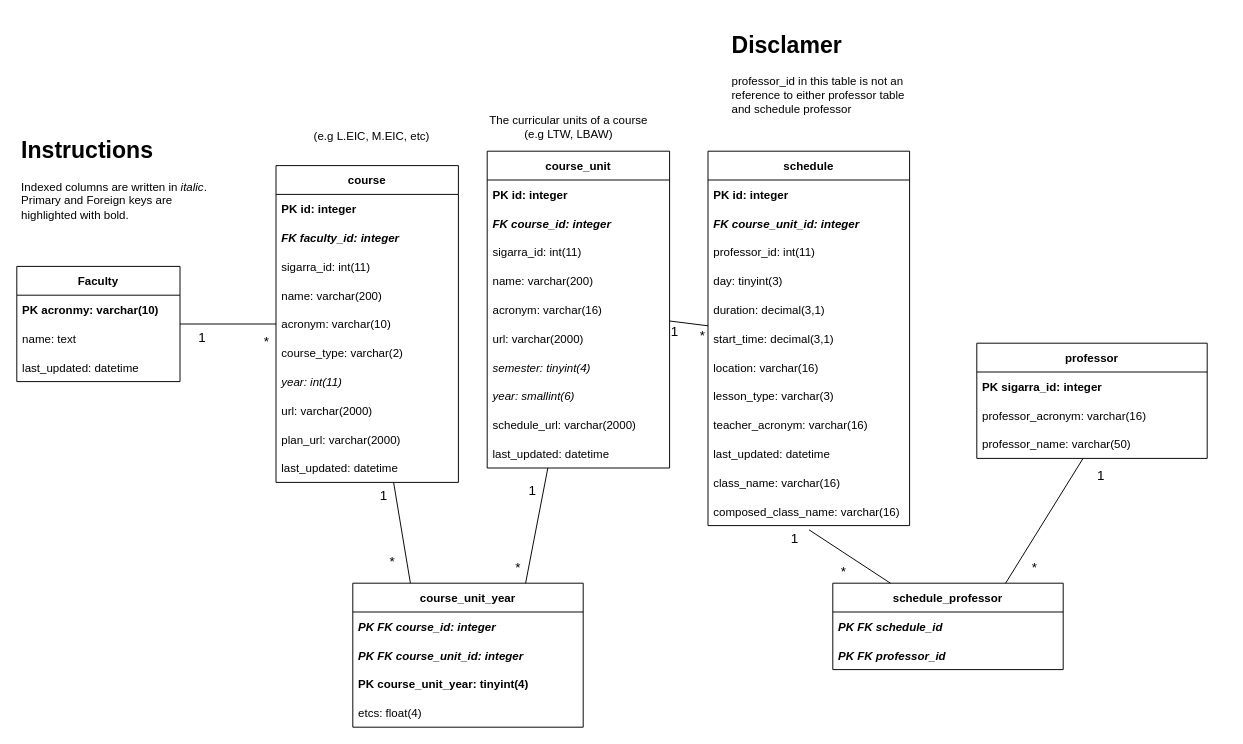
Earlier version of the draw.io diagram docs/schema.drawio (NIAEFEUP/uporto-schedule-scrapper). Source tidied: cells renumbered, new cells numbered last; positions are measured from the earlier drawing's top-left corner, leaving out a move shared by most shapes. Both pictures are drawn from the tidied source at 96%, with x=0, y=0 at pixel (16, 26).
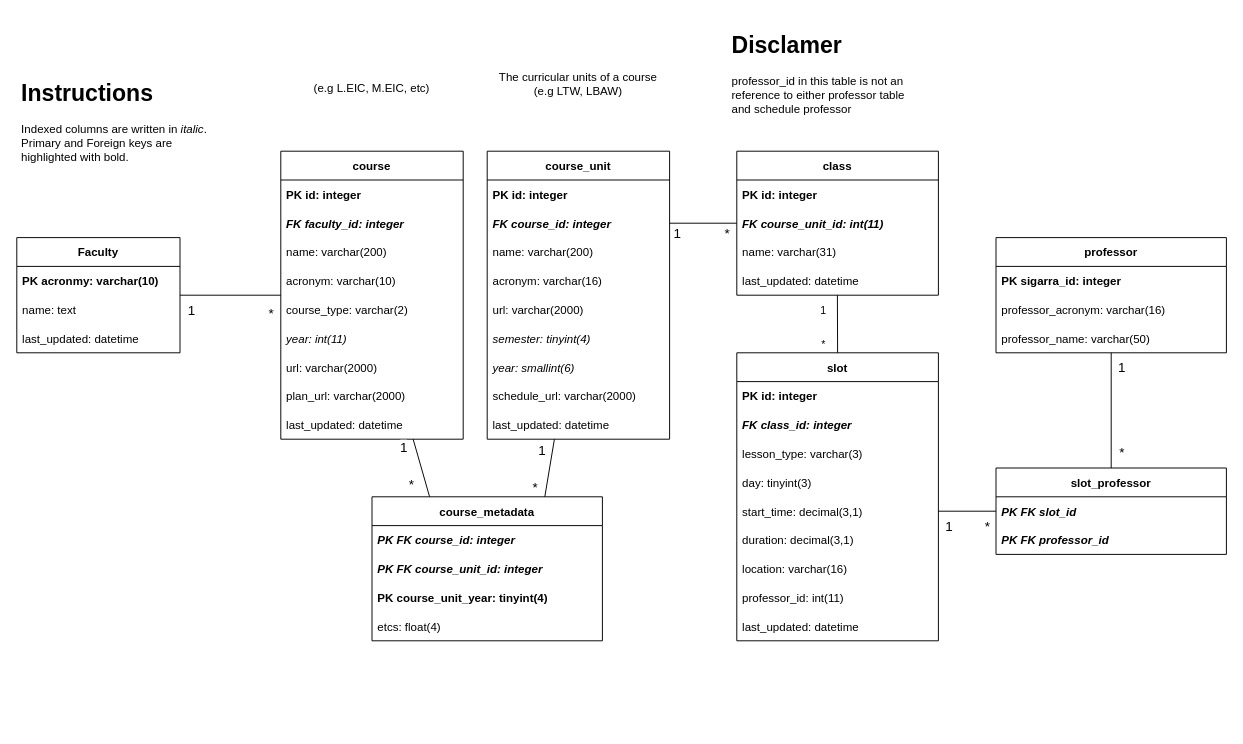
Above is the later version.

Commit message (it also covers changes not shown here):
Updated database schema image

The change refers to these unchanged cells:
```xml
<mxCell id="4" value="FK course_id: integer" style="text;strokeColor=none;fillColor=none;align=left;verticalAlign=middle;spacingLeft=4;spacingRight=4;overflow=hidden;points=[[0,0.5],[1,0.5]];portConstraint=eastwest;fontStyle=3;" parent="2" vertex="1">
  <mxGeometry y="60" width="190" height="30" as="geometry" />
</mxCell>
<mxCell id="43" style="edgeStyle=none;html=1;endArrow=none;endFill=0;" parent="1" edge="1" source="45" target="31">
  <mxGeometry relative="1" as="geometry" />
</mxCell>
<mxCell id="58" style="endArrow=none;html=1;rounded=0;exitX=0.75;exitY=0;exitDx=0;exitDy=0;" parent="1" edge="1" source="50" target="2">
  <mxGeometry relative="1" as="geometry" />
</mxCell>
<mxCell id="64" value="professor_name: varchar(50)" style="text;strokeColor=none;fillColor=none;align=left;verticalAlign=middle;spacingLeft=4;spacingRight=4;overflow=hidden;points=[[0,0.5],[1,0.5]];portConstraint=eastwest;fontStyle=0;" parent="61" vertex="1">
  <mxGeometry y="90" width="240" height="30" as="geometry" />
</mxCell>
```

Diff of the diagram source:
```diff
@@
     <mxCell id="2" value="course_unit" style="swimlane;fontStyle=1;horizontal=1;startSize=30;" parent="1" vertex="1">
-      <mxGeometry x="490" y="130" width="190" height="330" as="geometry" />
+      <mxGeometry x="490" y="130" width="190" height="300" as="geometry" />
     </mxCell>
@@
-    <mxCell id="5" value="sigarra_id: int(11)" style="text;strokeColor=none;fillColor=none;align=left;verticalAlign=middle;spacingLeft=4;spacingRight=4;overflow=hidden;fontStyle=0;" parent="2" vertex="1">
-      <mxGeometry y="90" width="190" height="30" as="geometry" />
-    </mxCell>
     <mxCell id="6" value="name: varchar(200)" style="text;strokeColor=none;fillColor=none;align=left;verticalAlign=middle;spacingLeft=4;spacingRight=4;overflow=hidden;" parent="2" vertex="1">
-      <mxGeometry y="120" width="190" height="30" as="geometry" />
+      <mxGeometry y="90" width="190" height="30" as="geometry" />
     </mxCell>
     <mxCell id="7" value="acronym: varchar(16)" style="text;strokeColor=none;fillColor=none;align=left;verticalAlign=middle;spacingLeft=4;spacingRight=4;overflow=hidden;" parent="2" vertex="1">
-      <mxGeometry y="150" width="190" height="30" as="geometry" />
+      <mxGeometry y="120" width="190" height="30" as="geometry" />
     </mxCell>
     <mxCell id="8" value="url: varchar(2000)" style="text;strokeColor=none;fillColor=none;align=left;verticalAlign=middle;spacingLeft=4;spacingRight=4;overflow=hidden;" parent="2" vertex="1">
-      <mxGeometry y="180" width="190" height="30" as="geometry" />
+      <mxGeometry y="150" width="190" height="30" as="geometry" />
     </mxCell>
     <mxCell id="9" value="semester: tinyint(4)" style="text;strokeColor=none;fillColor=none;align=left;verticalAlign=middle;spacingLeft=4;spacingRight=4;overflow=hidden;fontStyle=2;" parent="2" vertex="1">
-      <mxGeometry y="210" width="190" height="30" as="geometry" />
+      <mxGeometry y="180" width="190" height="30" as="geometry" />
     </mxCell>
     <mxCell id="10" value="year: smallint(6)" style="text;strokeColor=none;fillColor=none;align=left;verticalAlign=middle;spacingLeft=4;spacingRight=4;overflow=hidden;fontStyle=2;" parent="2" vertex="1">
-      <mxGeometry y="240" width="190" height="30" as="geometry" />
+      <mxGeometry y="210" width="190" height="30" as="geometry" />
     </mxCell>
     <mxCell id="11" value="schedule_url: varchar(2000)" style="text;strokeColor=none;fillColor=none;align=left;verticalAlign=middle;spacingLeft=4;spacingRight=4;overflow=hidden;" parent="2" vertex="1">
-      <mxGeometry y="270" width="190" height="30" as="geometry" />
+      <mxGeometry y="240" width="190" height="30" as="geometry" />
     </mxCell>
     <mxCell id="12" value="last_updated: datetime" style="text;strokeColor=none;fillColor=none;align=left;verticalAlign=middle;spacingLeft=4;spacingRight=4;overflow=hidden;" parent="2" vertex="1">
-      <mxGeometry y="300" width="190" height="30" as="geometry" />
+      <mxGeometry y="270" width="190" height="30" as="geometry" />
     </mxCell>
     <mxCell id="13" value="The curricular units of a course (e.g LTW, LBAW)" style="text;html=1;strokeColor=none;fillColor=none;align=center;verticalAlign=middle;whiteSpace=wrap;rounded=0;" parent="1" vertex="1">
-      <mxGeometry x="490" y="90" width="170" height="30" as="geometry" />
+      <mxGeometry x="500" y="45" width="170" height="30" as="geometry" />
     </mxCell>
     <mxCell id="14" value="&lt;h1&gt;Instructions&lt;/h1&gt;&lt;p&gt;Indexed columns are written in &lt;i&gt;italic&lt;/i&gt;. Primary and Foreign keys are highlighted with bold.&amp;nbsp;&lt;span&gt;&amp;nbsp;&lt;/span&gt;&lt;/p&gt;" style="text;html=1;strokeColor=none;fillColor=none;spacing=5;spacingTop=-20;whiteSpace=wrap;overflow=hidden;rounded=0;" parent="1" vertex="1">
-      <mxGeometry y="110" width="210" height="110" as="geometry" />
+      <mxGeometry y="50" width="210" height="110" as="geometry" />
     </mxCell>
-    <mxCell id="15" style="edgeStyle=none;html=1;endArrow=none;endFill=0;" parent="1" edge="1" source="18" target="2">
+    <mxCell id="15" style="edgeStyle=none;html=1;endArrow=none;endFill=0;entryX=1;entryY=0.5;entryDx=0;entryDy=0;" parent="1" edge="1" source="18" target="4">
       <mxGeometry relative="1" as="geometry" />
     </mxCell>
@@
-    <mxCell id="18" value="schedule" style="swimlane;fontStyle=1;horizontal=1;startSize=30;" parent="1" vertex="1">
-      <mxGeometry x="720" y="130" width="210" height="390" as="geometry" />
+    <mxCell id="18" value="class" style="swimlane;fontStyle=1;horizontal=1;startSize=30;" parent="1" vertex="1">
+      <mxGeometry x="750" y="130" width="210" height="150" as="geometry" />
     </mxCell>
@@
-    <mxCell id="20" value="FK course_unit_id: integer" style="text;strokeColor=none;fillColor=none;align=left;verticalAlign=middle;spacingLeft=4;spacingRight=4;overflow=hidden;fontStyle=3;" parent="18" vertex="1">
-      <mxGeometry y="60" width="210" height="30" as="geometry" />
-    </mxCell>
+    <mxCell id="23" value="FK course_unit_id: int(11)" style="text;strokeColor=none;fillColor=none;align=left;verticalAlign=middle;spacingLeft=4;spacingRight=4;overflow=hidden;fontStyle=3;" parent="18" vertex="1">
+      <mxGeometry y="60" width="210" height="30" as="geometry" />
+    </mxCell>
-    <mxCell id="21" value="professor_id: int(11)" style="text;strokeColor=none;fillColor=none;align=left;verticalAlign=middle;spacingLeft=4;spacingRight=4;overflow=hidden;fontStyle=0;" parent="18" vertex="1">
+    <mxCell id="21" value="name: varchar(31)" style="text;strokeColor=none;fillColor=none;align=left;verticalAlign=middle;spacingLeft=4;spacingRight=4;overflow=hidden;fontStyle=0;" parent="18" vertex="1">
       <mxGeometry y="90" width="210" height="30" as="geometry" />
     </mxCell>
-    <mxCell id="22" value="day: tinyint(3)" style="text;strokeColor=none;fillColor=none;align=left;verticalAlign=middle;spacingLeft=4;spacingRight=4;overflow=hidden;" parent="18" vertex="1">
-      <mxGeometry y="120" width="210" height="30" as="geometry" />
-    </mxCell>
-    <mxCell id="23" value="duration: decimal(3,1)" style="text;strokeColor=none;fillColor=none;align=left;verticalAlign=middle;spacingLeft=4;spacingRight=4;overflow=hidden;" parent="18" vertex="1">
-      <mxGeometry y="150" width="210" height="30" as="geometry" />
-    </mxCell>
-    <mxCell id="24" value="start_time: decimal(3,1)" style="text;strokeColor=none;fillColor=none;align=left;verticalAlign=middle;spacingLeft=4;spacingRight=4;overflow=hidden;points=[[0,0.5],[1,0.5]];portConstraint=eastwest;" parent="18" vertex="1">
-      <mxGeometry y="180" width="210" height="30" as="geometry" />
-    </mxCell>
-    <mxCell id="25" value="location: varchar(16)" style="text;strokeColor=none;fillColor=none;align=left;verticalAlign=middle;spacingLeft=4;spacingRight=4;overflow=hidden;" parent="18" vertex="1">
-      <mxGeometry y="210" width="210" height="30" as="geometry" />
-    </mxCell>
-    <mxCell id="26" value="lesson_type: varchar(3)" style="text;strokeColor=none;fillColor=none;align=left;verticalAlign=middle;spacingLeft=4;spacingRight=4;overflow=hidden;" parent="18" vertex="1">
-      <mxGeometry y="240" width="210" height="30" as="geometry" />
-    </mxCell>
-    <mxCell id="27" value="teacher_acronym: varchar(16)" style="text;strokeColor=none;fillColor=none;align=left;verticalAlign=middle;spacingLeft=4;spacingRight=4;overflow=hidden;" parent="18" vertex="1">
-      <mxGeometry y="270" width="210" height="30" as="geometry" />
-    </mxCell>
     <mxCell id="28" value="last_updated: datetime" style="text;strokeColor=none;fillColor=none;align=left;verticalAlign=middle;spacingLeft=4;spacingRight=4;overflow=hidden;points=[[0,0.5],[1,0.5]];portConstraint=eastwest;" parent="18" vertex="1">
-      <mxGeometry y="300" width="210" height="30" as="geometry" />
+      <mxGeometry y="120" width="210" height="30" as="geometry" />
     </mxCell>
-    <mxCell id="29" value="class_name: varchar(16)" style="text;strokeColor=none;fillColor=none;align=left;verticalAlign=middle;spacingLeft=4;spacingRight=4;overflow=hidden;" parent="18" vertex="1">
-      <mxGeometry y="330" width="210" height="30" as="geometry" />
-    </mxCell>
-    <mxCell id="30" value="composed_class_name: varchar(16)" style="text;strokeColor=none;fillColor=none;align=left;verticalAlign=middle;spacingLeft=4;spacingRight=4;overflow=hidden;points=[[0,0.5],[1,0.5]];portConstraint=eastwest;" parent="18" vertex="1">
-      <mxGeometry y="360" width="210" height="30" as="geometry" />
-    </mxCell>
     <mxCell id="31" value="course" style="swimlane;fontStyle=1;horizontal=1;startSize=30;" parent="1" vertex="1">
-      <mxGeometry x="270" y="145" width="190" height="330" as="geometry" />
+      <mxGeometry x="275" y="130" width="190" height="300" as="geometry" />
     </mxCell>
@@
-    <mxCell id="34" value="sigarra_id: int(11)" style="text;strokeColor=none;fillColor=none;align=left;verticalAlign=middle;spacingLeft=4;spacingRight=4;overflow=hidden;fontStyle=0;" parent="31" vertex="1">
-      <mxGeometry y="90" width="190" height="30" as="geometry" />
-    </mxCell>
     <mxCell id="35" value="name: varchar(200)" style="text;strokeColor=none;fillColor=none;align=left;verticalAlign=middle;spacingLeft=4;spacingRight=4;overflow=hidden;fontStyle=0;" parent="31" vertex="1">
-      <mxGeometry y="120" width="190" height="30" as="geometry" />
+      <mxGeometry y="90" width="190" height="30" as="geometry" />
     </mxCell>
     <mxCell id="36" value="acronym: varchar(10)" style="text;strokeColor=none;fillColor=none;align=left;verticalAlign=middle;spacingLeft=4;spacingRight=4;overflow=hidden;fontStyle=0;" parent="31" vertex="1">
-      <mxGeometry y="150" width="190" height="30" as="geometry" />
+      <mxGeometry y="120" width="190" height="30" as="geometry" />
     </mxCell>
     <mxCell id="37" value="course_type: varchar(2)" style="text;strokeColor=none;fillColor=none;align=left;verticalAlign=middle;spacingLeft=4;spacingRight=4;overflow=hidden;fontStyle=0;" parent="31" vertex="1">
-      <mxGeometry y="180" width="190" height="30" as="geometry" />
+      <mxGeometry y="150" width="190" height="30" as="geometry" />
     </mxCell>
     <mxCell id="38" value="year: int(11)" style="text;strokeColor=none;fillColor=none;align=left;verticalAlign=middle;spacingLeft=4;spacingRight=4;overflow=hidden;fontStyle=2;" parent="31" vertex="1">
-      <mxGeometry y="210" width="190" height="30" as="geometry" />
+      <mxGeometry y="180" width="190" height="30" as="geometry" />
     </mxCell>
     <mxCell id="39" value="url: varchar(2000)" style="text;strokeColor=none;fillColor=none;align=left;verticalAlign=middle;spacingLeft=4;spacingRight=4;overflow=hidden;fontStyle=0;" parent="31" vertex="1">
-      <mxGeometry y="240" width="190" height="30" as="geometry" />
+      <mxGeometry y="210" width="190" height="30" as="geometry" />
     </mxCell>
     <mxCell id="40" value="plan_url: varchar(2000)" style="text;strokeColor=none;fillColor=none;align=left;verticalAlign=middle;spacingLeft=4;spacingRight=4;overflow=hidden;fontStyle=0;" parent="31" vertex="1">
-      <mxGeometry y="270" width="190" height="30" as="geometry" />
+      <mxGeometry y="240" width="190" height="30" as="geometry" />
     </mxCell>
     <mxCell id="41" value="last_updated: datetime" style="text;strokeColor=none;fillColor=none;align=left;verticalAlign=middle;spacingLeft=4;spacingRight=4;overflow=hidden;fontStyle=0;" parent="31" vertex="1">
-      <mxGeometry y="300" width="190" height="30" as="geometry" />
+      <mxGeometry y="270" width="190" height="30" as="geometry" />
     </mxCell>
     <mxCell id="42" value="(e.g L.EIC, M.EIC, etc)" style="text;html=1;strokeColor=none;fillColor=none;align=center;verticalAlign=middle;whiteSpace=wrap;rounded=0;" parent="1" vertex="1">
-      <mxGeometry x="285" y="100" width="170" height="30" as="geometry" />
+      <mxGeometry x="285" y="50" width="170" height="30" as="geometry" />
     </mxCell>
@@
     <mxCell id="44" value="1" style="edgeLabel;html=1;align=center;verticalAlign=middle;fontSize=14;" parent="43" vertex="1">
       <mxGeometry x="-0.4" y="-5" relative="1" as="geometry">
-        <mxPoint x="-8" y="8" as="offset" />
+        <mxPoint x="-21" y="10" as="offset" />
       </mxGeometry>
     </mxCell>
     <mxCell id="45" value="Faculty" style="swimlane;fontStyle=1;horizontal=1;startSize=30;" parent="1" vertex="1">
-      <mxGeometry y="250" width="170" height="120" as="geometry" />
+      <mxGeometry y="220" width="170" height="120" as="geometry" />
     </mxCell>
@@
     <mxCell id="49" value="*" style="edgeLabel;html=1;align=center;verticalAlign=middle;fontSize=14;" parent="1" vertex="1">
-      <mxGeometry x="262" y="324" as="geometry">
-        <mxPoint x="-3" y="3" as="offset" />
+      <mxGeometry x="310" y="300" as="geometry">
+        <mxPoint x="-46" y="-2" as="offset" />
       </mxGeometry>
     </mxCell>
-    <mxCell id="50" value="course_unit_year" style="swimlane;fontStyle=1;horizontal=1;startSize=30;" parent="1" vertex="1">
-      <mxGeometry x="350" y="580" width="240" height="150" as="geometry" />
+    <mxCell id="50" value="course_metadata" style="swimlane;fontStyle=1;horizontal=1;startSize=30;" parent="1" vertex="1">
+      <mxGeometry x="370" y="490" width="240" height="150" as="geometry" />
     </mxCell>
@@
     <mxCell id="60" value="*" style="edgeLabel;html=1;align=center;verticalAlign=middle;fontSize=14;" parent="58" vertex="1">
       <mxGeometry x="-0.61" y="3" relative="1" as="geometry">
-        <mxPoint x="-10" y="8" as="offset" />
+        <mxPoint x="-10" y="2" as="offset" />
       </mxGeometry>
     </mxCell>
     <mxCell id="61" value="professor" style="swimlane;fontStyle=1;horizontal=1;startSize=30;" parent="1" vertex="1">
-      <mxGeometry x="1000" y="330" width="240" height="120" as="geometry" />
+      <mxGeometry x="1020" y="220" width="240" height="120" as="geometry" />
     </mxCell>
@@
-    <mxCell id="65" value="schedule_professor" style="swimlane;fontStyle=1;horizontal=1;startSize=30;" parent="1" vertex="1">
-      <mxGeometry x="850" y="580" width="240" height="90" as="geometry" />
+    <mxCell id="65" value="slot_professor" style="swimlane;fontStyle=1;horizontal=1;startSize=30;" parent="1" vertex="1">
+      <mxGeometry x="1020" y="460" width="240" height="90" as="geometry" />
     </mxCell>
-    <mxCell id="66" value="PK FK schedule_id" style="text;strokeColor=none;fillColor=none;align=left;verticalAlign=middle;spacingLeft=4;spacingRight=4;overflow=hidden;points=[[0,0.5],[1,0.5]];portConstraint=eastwest;fontStyle=3;" parent="65" vertex="1">
+    <mxCell id="66" value="PK FK slot_id" style="text;strokeColor=none;fillColor=none;align=left;verticalAlign=middle;spacingLeft=4;spacingRight=4;overflow=hidden;points=[[0,0.5],[1,0.5]];portConstraint=eastwest;fontStyle=3;" parent="65" vertex="1">
       <mxGeometry y="30" width="240" height="30" as="geometry" />
     </mxCell>
@@
-    <mxCell id="68" style="endArrow=none;html=1;entryX=0.501;entryY=1.146;entryDx=0;entryDy=0;entryPerimeter=0;exitX=0.25;exitY=0;exitDx=0;exitDy=0;" parent="1" edge="1" source="65" target="30">
+    <mxCell id="68" style="endArrow=none;html=1;exitX=0;exitY=0.5;exitDx=0;exitDy=0;entryX=1;entryY=0.5;entryDx=0;entryDy=0;" parent="1" edge="1" source="66" target="24">
       <mxGeometry relative="1" as="geometry" />
     </mxCell>
     <mxCell id="69" value="&lt;span style=&quot;font-size: 14px;&quot;&gt;*&lt;/span&gt;" style="edgeLabel;html=1;align=center;verticalAlign=middle;" parent="68" vertex="1">
       <mxGeometry x="-0.57" y="-1" relative="1" as="geometry">
-        <mxPoint x="-32" as="offset" />
+        <mxPoint x="3" y="16" as="offset" />
       </mxGeometry>
     </mxCell>
     <mxCell id="70" value="&lt;font style=&quot;font-size: 14px;&quot;&gt;1&lt;/font&gt;" style="edgeLabel;html=1;align=center;verticalAlign=middle;" parent="68" vertex="1">
       <mxGeometry x="0.65" relative="1" as="geometry">
-        <mxPoint x="-30" as="offset" />
+        <mxPoint y="15" as="offset" />
       </mxGeometry>
     </mxCell>
-    <mxCell id="71" style="endArrow=none;html=1;exitX=0.75;exitY=0;exitDx=0;exitDy=0;" parent="1" edge="1" source="65" target="64">
+    <mxCell id="71" style="endArrow=none;html=1;exitX=0.5;exitY=0;exitDx=0;exitDy=0;" parent="1" edge="1" source="65" target="64">
       <mxGeometry relative="1" as="geometry" />
     </mxCell>
     <mxCell id="72" value="&lt;span style=&quot;font-size: 14px;&quot;&gt;*&lt;/span&gt;" style="edgeLabel;html=1;align=center;verticalAlign=middle;" parent="71" vertex="1">
       <mxGeometry x="-0.79" y="-3" relative="1" as="geometry">
-        <mxPoint x="19" y="-4" as="offset" />
+        <mxPoint x="7" y="-4" as="offset" />
       </mxGeometry>
     </mxCell>
     <mxCell id="73" value="&lt;font style=&quot;font-size: 14px;&quot;&gt;1&lt;/font&gt;" style="edgeLabel;html=1;align=center;verticalAlign=middle;" parent="71" vertex="1">
       <mxGeometry x="0.83" y="-4" relative="1" as="geometry">
-        <mxPoint x="21" y="4" as="offset" />
+        <mxPoint x="6" y="4" as="offset" />
       </mxGeometry>
     </mxCell>
@@
+    <mxCell id="76" value="slot" style="swimlane;fontStyle=1;horizontal=1;startSize=30;" parent="1" vertex="1">
+      <mxGeometry x="750" y="340" width="210" height="300" as="geometry" />
+    </mxCell>
+    <mxCell id="77" value="PK id: integer" style="text;strokeColor=none;fillColor=none;align=left;verticalAlign=middle;spacingLeft=4;spacingRight=4;overflow=hidden;fontStyle=1;" parent="76" vertex="1">
+      <mxGeometry y="30" width="210" height="30" as="geometry" />
+    </mxCell>
+    <mxCell id="78" value="FK class_id: integer" style="text;strokeColor=none;fillColor=none;align=left;verticalAlign=middle;spacingLeft=4;spacingRight=4;overflow=hidden;fontStyle=3;" parent="76" vertex="1">
+      <mxGeometry y="60" width="210" height="30" as="geometry" />
+    </mxCell>
+    <mxCell id="26" value="lesson_type: varchar(3)" style="text;strokeColor=none;fillColor=none;align=left;verticalAlign=middle;spacingLeft=4;spacingRight=4;overflow=hidden;" parent="76" vertex="1">
+      <mxGeometry y="90" width="210" height="30" as="geometry" />
+    </mxCell>
+    <mxCell id="22" value="day: tinyint(3)" style="text;strokeColor=none;fillColor=none;align=left;verticalAlign=middle;spacingLeft=4;spacingRight=4;overflow=hidden;" parent="76" vertex="1">
+      <mxGeometry y="120" width="210" height="30" as="geometry" />
+    </mxCell>
+    <mxCell id="24" value="start_time: decimal(3,1)" style="text;strokeColor=none;fillColor=none;align=left;verticalAlign=middle;spacingLeft=4;spacingRight=4;overflow=hidden;points=[[0,0.5],[1,0.5]];portConstraint=eastwest;" parent="76" vertex="1">
+      <mxGeometry y="150" width="210" height="30" as="geometry" />
+    </mxCell>
+    <mxCell id="79" value="duration: decimal(3,1)" style="text;strokeColor=none;fillColor=none;align=left;verticalAlign=middle;spacingLeft=4;spacingRight=4;overflow=hidden;" parent="76" vertex="1">
+      <mxGeometry y="180" width="210" height="30" as="geometry" />
+    </mxCell>
+    <mxCell id="25" value="location: varchar(16)" style="text;strokeColor=none;fillColor=none;align=left;verticalAlign=middle;spacingLeft=4;spacingRight=4;overflow=hidden;" parent="76" vertex="1">
+      <mxGeometry y="210" width="210" height="30" as="geometry" />
+    </mxCell>
+    <mxCell id="80" value="professor_id: int(11)" style="text;strokeColor=none;fillColor=none;align=left;verticalAlign=middle;spacingLeft=4;spacingRight=4;overflow=hidden;fontStyle=0;" parent="76" vertex="1">
+      <mxGeometry y="240" width="210" height="30" as="geometry" />
+    </mxCell>
+    <mxCell id="81" value="last_updated: datetime" style="text;strokeColor=none;fillColor=none;align=left;verticalAlign=middle;spacingLeft=4;spacingRight=4;overflow=hidden;" parent="76" vertex="1">
+      <mxGeometry y="270" width="210" height="30" as="geometry" />
+    </mxCell>
+    <mxCell id="82" style="endArrow=none;html=1;rounded=0;entryX=0.499;entryY=1.001;entryDx=0;entryDy=0;entryPerimeter=0;exitX=0.5;exitY=0;exitDx=0;exitDy=0;" parent="1" edge="1" source="76" target="28">
+      <mxGeometry relative="1" as="geometry" />
+    </mxCell>
+    <mxCell id="83" value="1" style="edgeLabel;html=1;align=center;verticalAlign=middle;" parent="82" vertex="1">
+      <mxGeometry x="0.61" y="2" relative="1" as="geometry">
+        <mxPoint x="-13" y="3" as="offset" />
+      </mxGeometry>
+    </mxCell>
+    <mxCell id="84" value="*" style="edgeLabel;html=1;align=center;verticalAlign=middle;" parent="82" vertex="1">
+      <mxGeometry x="-0.79" relative="1" as="geometry">
+        <mxPoint x="-15" y="-3" as="offset" />
+      </mxGeometry>
+    </mxCell>
```
